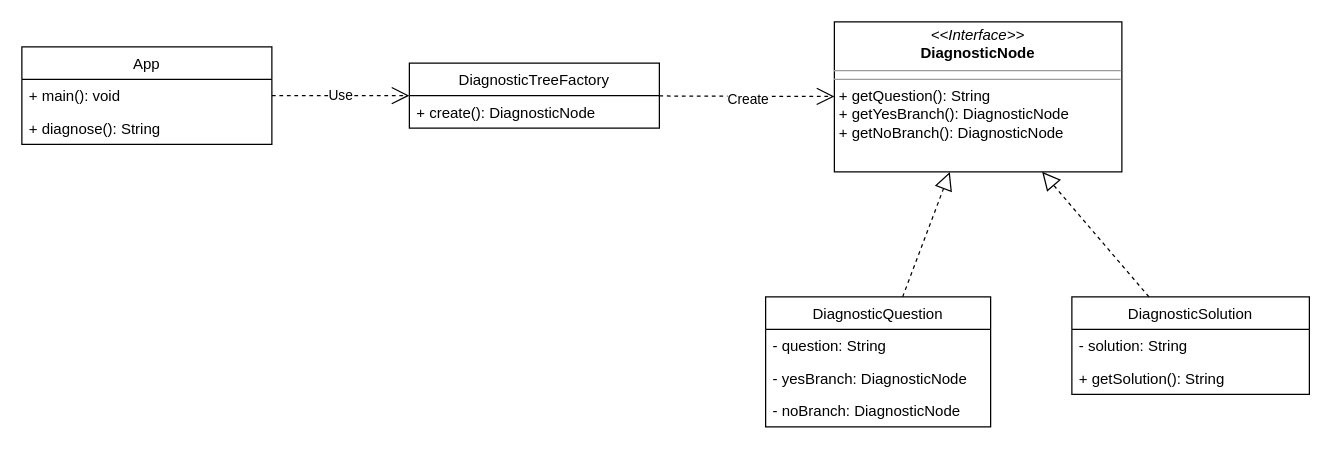
wassimoo/coding-challenge keeps this draw.io diagram as troubleshoot-app/class-diagram.drawio. Above is the earlier version. Source tidied: cells renumbered, new cells numbered last; positions are measured from the earlier drawing's top-left corner, leaving out a move shared by most shapes. Both pictures are drawn from the tidied source at 125%, with x=0, y=0 at pixel (21, 21).
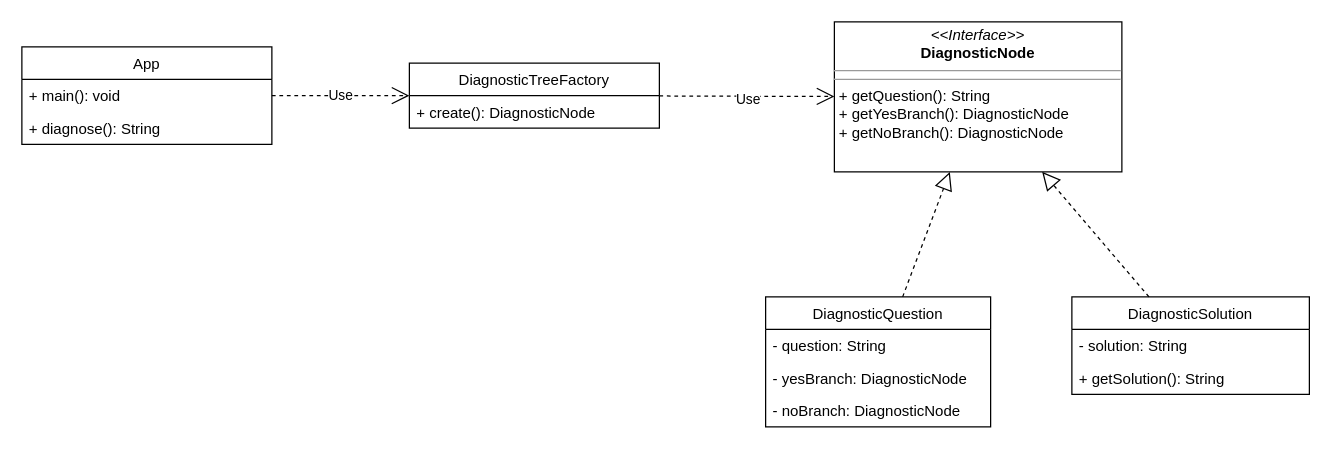
Above is the later version.

Commit message (it also covers changes not shown here):
Update class diagram

Diff of the diagram source:
```diff
@@
 <mxGraphModel>
   <root>
     <mxCell id="0" />
     <mxCell id="1" parent="0" />
     <mxCell id="2" value="DiagnosticQuestion" style="swimlane;fontStyle=0;horizontal=1;startSize=26;fillColor=none;" parent="1" vertex="1">
       <mxGeometry x="595" y="220" width="180" height="104" as="geometry" />
     </mxCell>
     <mxCell id="3" value="- question: String" style="text;strokeColor=none;fillColor=none;align=left;verticalAlign=top;spacingLeft=4;spacingRight=4;overflow=hidden;" parent="2" vertex="1">
       <mxGeometry y="26" width="180" height="26" as="geometry" />
     </mxCell>
     <mxCell id="4" value="- yesBranch: DiagnosticNode" style="text;strokeColor=none;fillColor=none;align=left;verticalAlign=top;spacingLeft=4;spacingRight=4;overflow=hidden;" parent="2" vertex="1">
       <mxGeometry y="52" width="180" height="26" as="geometry" />
     </mxCell>
     <mxCell id="5" value="- noBranch: DiagnosticNode" style="text;strokeColor=none;fillColor=none;align=left;verticalAlign=top;spacingLeft=4;spacingRight=4;overflow=hidden;" parent="2" vertex="1">
       <mxGeometry y="78" width="180" height="26" as="geometry" />
     </mxCell>
     <mxCell id="6" value="&lt;p style=&quot;margin:0px;margin-top:4px;text-align:center;&quot;&gt;&lt;i&gt;&amp;lt;&amp;lt;Interface&amp;gt;&amp;gt;&lt;/i&gt;&lt;br&gt;&lt;b&gt;DiagnosticNode&lt;/b&gt;&lt;br&gt;&lt;/p&gt;&lt;hr size=&quot;1&quot;&gt;&lt;hr size=&quot;1&quot;&gt;&lt;p style=&quot;margin:0px;margin-left:4px;&quot;&gt;+ getQuestion(): String&lt;br&gt;+ getYesBranch(): DiagnosticNode&lt;/p&gt;&lt;p style=&quot;margin:0px;margin-left:4px;&quot;&gt;+ getNoBranch(): DiagnosticNode&lt;br&gt;&lt;/p&gt;" style="verticalAlign=top;align=left;overflow=fill;fontSize=12;fontFamily=Helvetica;html=1;" parent="1" vertex="1">
       <mxGeometry x="650" width="230" height="120" as="geometry" />
     </mxCell>
     <mxCell id="7" value="DiagnosticSolution" style="swimlane;fontStyle=0;horizontal=1;startSize=26;fillColor=none;" parent="1" vertex="1">
       <mxGeometry x="840" y="220" width="190" height="78" as="geometry" />
     </mxCell>
     <mxCell id="8" value="- solution: String" style="text;strokeColor=none;fillColor=none;align=left;verticalAlign=top;spacingLeft=4;spacingRight=4;overflow=hidden;" parent="7" vertex="1">
       <mxGeometry y="26" width="190" height="26" as="geometry" />
     </mxCell>
     <mxCell id="9" value="+ getSolution(): String" style="text;strokeColor=none;fillColor=none;align=left;verticalAlign=top;spacingLeft=4;spacingRight=4;overflow=hidden;" parent="7" vertex="1">
       <mxGeometry y="52" width="190" height="26" as="geometry" />
     </mxCell>
     <mxCell id="10" style="endArrow=block;dashed=1;endFill=0;endSize=12;html=1;rounded=0;" parent="1" edge="1" source="2" target="6">
       <mxGeometry relative="1" as="geometry" />
     </mxCell>
     <mxCell id="11" style="endArrow=block;dashed=1;endFill=0;endSize=12;html=1;rounded=0;" parent="1" edge="1" source="7" target="6">
       <mxGeometry relative="1" as="geometry" />
     </mxCell>
     <mxCell id="12" value="App" style="swimlane;fontStyle=0;horizontal=1;startSize=26;fillColor=none;" parent="1" vertex="1">
       <mxGeometry y="20" width="200" height="78" as="geometry" />
     </mxCell>
     <mxCell id="13" value="+ main(): void" style="text;strokeColor=none;fillColor=none;align=left;verticalAlign=top;spacingLeft=4;spacingRight=4;overflow=hidden;" parent="12" vertex="1">
       <mxGeometry y="26" width="200" height="26" as="geometry" />
     </mxCell>
     <mxCell id="14" value="+ diagnose(): String" style="text;strokeColor=none;fillColor=none;align=left;verticalAlign=top;spacingLeft=4;spacingRight=4;overflow=hidden;" parent="12" vertex="1">
       <mxGeometry y="52" width="200" height="26" as="geometry" />
     </mxCell>
     <mxCell id="15" value="DiagnosticTreeFactory" style="swimlane;fontStyle=0;horizontal=1;startSize=26;fillColor=none;" parent="1" vertex="1">
       <mxGeometry x="310" y="33" width="200" height="52" as="geometry" />
     </mxCell>
     <mxCell id="16" value="+ create(): DiagnosticNode" style="text;strokeColor=none;fillColor=none;align=left;verticalAlign=top;spacingLeft=4;spacingRight=4;overflow=hidden;" parent="15" vertex="1">
       <mxGeometry y="26" width="200" height="26" as="geometry" />
     </mxCell>
-    <mxCell id="17" value="Create" style="endArrow=open;endSize=12;dashed=1;html=1;rounded=0;" parent="1" edge="1" source="15" target="6">
+    <mxCell id="17" value="Use" style="endArrow=open;endSize=12;dashed=1;html=1;rounded=0;" parent="1" edge="1" source="15" target="6">
       <mxGeometry x="0.01" y="-3" relative="1" as="geometry" />
     </mxCell>
     <mxCell id="18" value="Use" style="endArrow=open;endSize=12;dashed=1;html=1;rounded=0;" parent="1" edge="1" source="12" target="15">
       <mxGeometry relative="1" as="geometry" />
     </mxCell>
   </root>
 </mxGraphModel>
```
